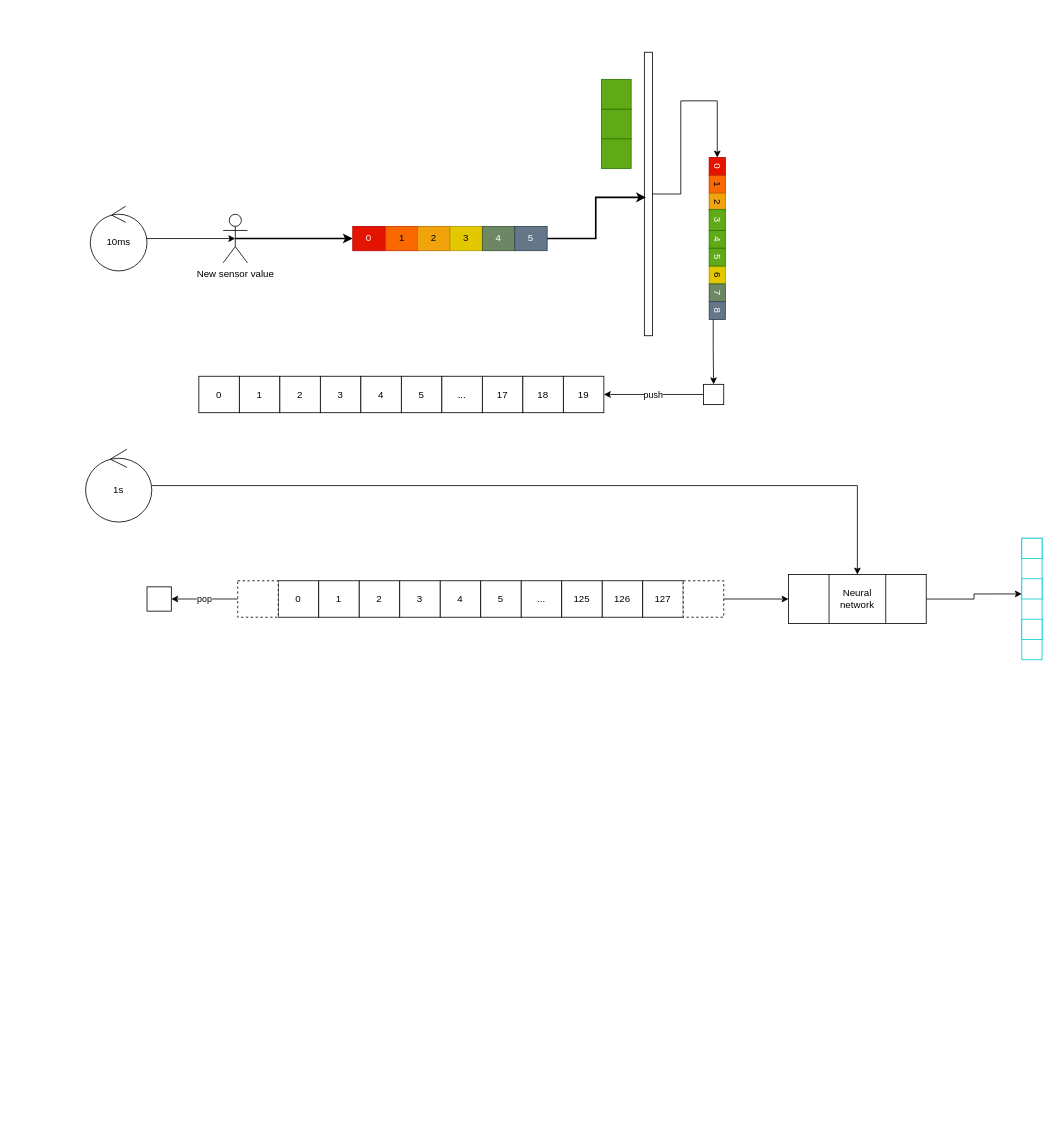
Earlier version of the draw.io diagram page "Page-1" (1 of 4) of hinhanh/week6.drawio (me912/Human-activity-recognize). Source tidied: cells renumbered, new cells numbered last; positions are measured from the earlier drawing's top-left corner, leaving out a move shared by most shapes. Both pictures are drawn from the tidied source at 81%, with x=0, y=0 at pixel (85, 52).
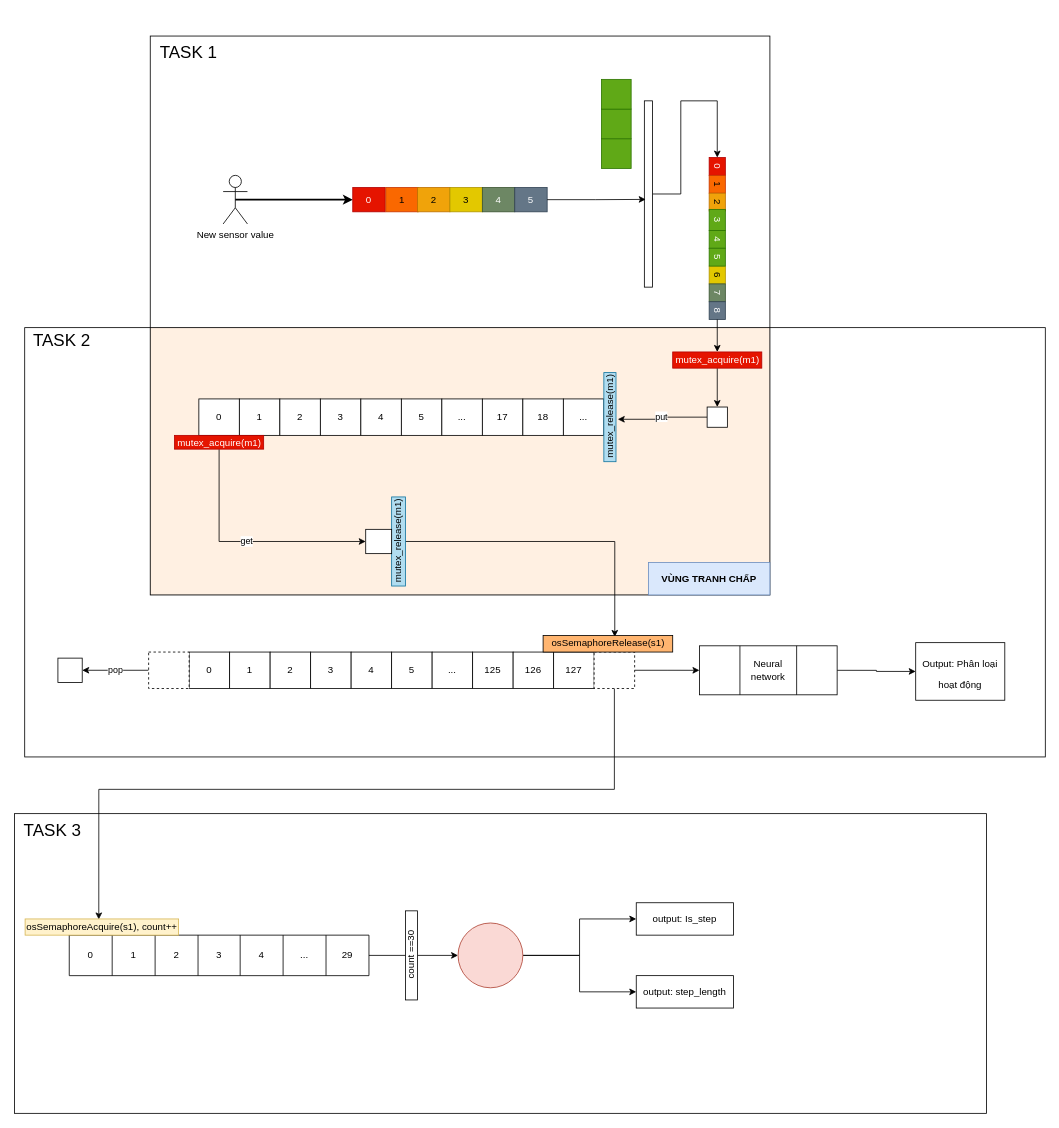
After the change.

Unchanged cells that the change refers to:
```xml
<mxCell id="34" value="5" style="rounded=0;whiteSpace=wrap;html=1;fillColor=#647687;fontColor=#ffffff;strokeColor=#314354;" parent="28" vertex="1">
  <mxGeometry x="200" width="40" height="30" as="geometry" />
</mxCell>
<mxCell id="48" value="8" style="rounded=0;whiteSpace=wrap;html=1;fillColor=#647687;fontColor=#ffffff;strokeColor=#314354;rotation=90;" parent="41" vertex="1">
  <mxGeometry x="89" y="89" width="22" height="20" as="geometry" />
</mxCell>
```

Diff of the diagram source:
```diff
@@
+    <mxCell id="66" style="rounded=0;whiteSpace=wrap;html=1;fillColor=#FFB570;strokeColor=#36393d;opacity=20;" parent="1" vertex="1">
+      <mxGeometry x="80" y="340" width="765" height="330" as="geometry" />
+    </mxCell>
+    <mxCell id="67" style="rounded=0;whiteSpace=wrap;html=1;fillColor=none;" parent="1" vertex="1">
+      <mxGeometry x="-75" y="340" width="1260" height="530" as="geometry" />
+    </mxCell>
+    <mxCell id="68" value="&lt;blockquote style=&quot;margin: 0px 0px 0px 40px ; border: none ; padding: 0px ; font-size: 20px&quot;&gt;&lt;br&gt;&lt;/blockquote&gt;" style="rounded=0;whiteSpace=wrap;html=1;fillColor=none;verticalAlign=bottom;labelPosition=right;verticalLabelPosition=top;align=left;textDirection=ltr;fontSize=20;" parent="1" vertex="1">
+      <mxGeometry x="80" y="-20" width="765" height="690" as="geometry" />
+    </mxCell>
     <mxCell id="2" style="whiteSpace=wrap;html=1;" parent="1" vertex="1">
-      <mxGeometry x="76" y="660" width="30" height="30" as="geometry" />
+      <mxGeometry x="-34" y="748" width="30" height="30" as="geometry" />
     </mxCell>
     <mxCell id="3" value="0" style="rounded=0;whiteSpace=wrap;html=1;" parent="1" vertex="1">
-      <mxGeometry x="238" y="652.5" width="50" height="45" as="geometry" />
+      <mxGeometry x="128" y="740.5" width="50" height="45" as="geometry" />
     </mxCell>
     <mxCell id="4" value="1" style="rounded=0;whiteSpace=wrap;html=1;" parent="1" vertex="1">
-      <mxGeometry x="288" y="652.5" width="50" height="45" as="geometry" />
+      <mxGeometry x="178" y="740.5" width="50" height="45" as="geometry" />
     </mxCell>
     <mxCell id="5" value="2" style="rounded=0;whiteSpace=wrap;html=1;" parent="1" vertex="1">
-      <mxGeometry x="338" y="652.5" width="50" height="45" as="geometry" />
+      <mxGeometry x="228" y="740.5" width="50" height="45" as="geometry" />
     </mxCell>
     <mxCell id="6" value="3" style="rounded=0;whiteSpace=wrap;html=1;" parent="1" vertex="1">
-      <mxGeometry x="388" y="652.5" width="50" height="45" as="geometry" />
+      <mxGeometry x="278" y="740.5" width="50" height="45" as="geometry" />
     </mxCell>
     <mxCell id="7" value="4" style="rounded=0;whiteSpace=wrap;html=1;" parent="1" vertex="1">
-      <mxGeometry x="438" y="652.5" width="50" height="45" as="geometry" />
+      <mxGeometry x="328" y="740.5" width="50" height="45" as="geometry" />
     </mxCell>
     <mxCell id="8" value="5" style="rounded=0;whiteSpace=wrap;html=1;" parent="1" vertex="1">
-      <mxGeometry x="488" y="652.5" width="50" height="45" as="geometry" />
+      <mxGeometry x="378" y="740.5" width="50" height="45" as="geometry" />
     </mxCell>
     <mxCell id="9" value="..." style="rounded=0;whiteSpace=wrap;html=1;" parent="1" vertex="1">
-      <mxGeometry x="538" y="652.5" width="50" height="45" as="geometry" />
+      <mxGeometry x="428" y="740.5" width="50" height="45" as="geometry" />
     </mxCell>
     <mxCell id="10" value="125" style="rounded=0;whiteSpace=wrap;html=1;" parent="1" vertex="1">
-      <mxGeometry x="588" y="652.5" width="50" height="45" as="geometry" />
+      <mxGeometry x="478" y="740.5" width="50" height="45" as="geometry" />
     </mxCell>
     <mxCell id="11" value="126" style="rounded=0;whiteSpace=wrap;html=1;" parent="1" vertex="1">
-      <mxGeometry x="638" y="652.5" width="50" height="45" as="geometry" />
+      <mxGeometry x="528" y="740.5" width="50" height="45" as="geometry" />
     </mxCell>
     <mxCell id="12" value="127" style="rounded=0;whiteSpace=wrap;html=1;" parent="1" vertex="1">
-      <mxGeometry x="688" y="652.5" width="50" height="45" as="geometry" />
+      <mxGeometry x="578" y="740.5" width="50" height="45" as="geometry" />
     </mxCell>
@@
     <mxCell id="14" style="rounded=0;whiteSpace=wrap;html=1;dashed=1;" parent="1" vertex="1">
-      <mxGeometry x="188" y="652.5" width="50" height="45" as="geometry" />
+      <mxGeometry x="78" y="740.5" width="50" height="45" as="geometry" />
     </mxCell>
@@
+    <mxCell id="69" style="edgeStyle=orthogonalEdgeStyle;rounded=0;jettySize=auto;html=1;entryX=0.03;entryY=0.52;entryDx=0;entryDy=0;entryPerimeter=0;strokeColor=#080808;" parent="1" edge="1" source="16" target="97">
+      <mxGeometry relative="1" as="geometry">
+        <Array as="points">
+          <mxPoint x="653" y="910" />
+          <mxPoint x="17" y="910" />
+        </Array>
+      </mxGeometry>
+    </mxCell>
     <mxCell id="16" style="rounded=0;whiteSpace=wrap;html=1;dashed=1;" parent="1" vertex="1">
-      <mxGeometry x="738" y="652.5" width="50" height="45" as="geometry" />
+      <mxGeometry x="628" y="740.5" width="50" height="45" as="geometry" />
     </mxCell>
-    <mxCell id="17" style="edgeStyle=orthogonalEdgeStyle;rounded=0;jettySize=auto;html=1;exitX=1;exitY=0.5;exitDx=0;exitDy=0;entryX=0;entryY=0.75;entryDx=0;entryDy=0;" parent="1" edge="1" source="18" target="21">
-      <mxGeometry relative="1" as="geometry" />
-    </mxCell>
+    <mxCell id="70" style="edgeStyle=orthogonalEdgeStyle;rounded=0;jettySize=auto;html=1;exitX=1;exitY=0.5;exitDx=0;exitDy=0;entryX=0;entryY=0.5;entryDx=0;entryDy=0;fontSize=21;" parent="1" edge="1" source="18" target="103">
+      <mxGeometry relative="1" as="geometry" />
+    </mxCell>
     <mxCell id="18" value="Neural network" style="shape=process;whiteSpace=wrap;html=1;backgroundOutline=1;size=0.29411764705882354;" parent="1" vertex="1">
-      <mxGeometry x="868" y="644.8" width="170" height="60.5" as="geometry" />
+      <mxGeometry x="758" y="732.8" width="170" height="60.5" as="geometry" />
     </mxCell>
-    <mxCell id="19" style="group;strokeColor=#00CCCC;" parent="1" vertex="1">
-      <mxGeometry x="1156" y="600" width="25" height="150" as="geometry" />
-    </mxCell>
-    <mxCell id="20" style="whiteSpace=wrap;html=1;strokeColor=#00CCCC;" parent="19" vertex="1">
-      <mxGeometry width="25" height="25" as="geometry" />
-    </mxCell>
-    <mxCell id="21" style="whiteSpace=wrap;html=1;strokeColor=#00CCCC;" parent="19" vertex="1">
-      <mxGeometry y="50" width="25" height="25" as="geometry" />
-    </mxCell>
-    <mxCell id="22" style="whiteSpace=wrap;html=1;strokeColor=#00CCCC;" parent="19" vertex="1">
-      <mxGeometry y="100" width="25" height="25" as="geometry" />
-    </mxCell>
@@
     <mxCell id="24" value="New sensor value" style="shape=umlActor;verticalLabelPosition=bottom;verticalAlign=top;html=1;outlineConnect=0;" parent="1" vertex="1">
-      <mxGeometry x="170" y="200" width="30" height="60" as="geometry" />
+      <mxGeometry x="170" y="152" width="30" height="60" as="geometry" />
     </mxCell>
@@
     <mxCell id="26" style="html=1;points=[];perimeter=orthogonalPerimeter;" parent="1" vertex="1">
-      <mxGeometry x="690" width="10" height="350" as="geometry" />
+      <mxGeometry x="690" y="60" width="10" height="230" as="geometry" />
     </mxCell>
-    <mxCell id="27" style="edgeStyle=orthogonalEdgeStyle;rounded=0;jettySize=auto;html=1;exitX=1;exitY=0.5;exitDx=0;exitDy=0;entryX=0.206;entryY=0.512;entryDx=0;entryDy=0;entryPerimeter=0;strokeWidth=2;" parent="1" edge="1" source="34" target="26">
-      <mxGeometry relative="1" as="geometry" />
-    </mxCell>
     <mxCell id="28" style="group;" parent="1" vertex="1">
-      <mxGeometry x="330" y="215" width="240" height="30" as="geometry" />
+      <mxGeometry x="330" y="167" width="240" height="30" as="geometry" />
     </mxCell>
@@
-    <mxCell id="39" value="push" style="edgeStyle=orthogonalEdgeStyle;rounded=0;jettySize=auto;html=1;exitX=0;exitY=0.5;exitDx=0;exitDy=0;entryX=1;entryY=0.5;entryDx=0;entryDy=0;" parent="1" edge="1" source="40" target="61">
+    <mxCell id="39" value="put" style="edgeStyle=orthogonalEdgeStyle;rounded=0;jettySize=auto;html=1;exitX=0;exitY=0.5;exitDx=0;exitDy=0;entryX=-0.146;entryY=0.476;entryDx=0;entryDy=0;entryPerimeter=0;" parent="1" edge="1" source="40" target="74">
       <mxGeometry relative="1" as="geometry" />
     </mxCell>
     <mxCell id="40" style="whiteSpace=wrap;html=1;" parent="1" vertex="1">
-      <mxGeometry x="763" y="410" width="25" height="25" as="geometry" />
+      <mxGeometry x="767.5" y="438" width="25" height="25" as="geometry" />
     </mxCell>
@@
-    <mxCell id="51" style="edgeStyle=orthogonalEdgeStyle;rounded=0;jettySize=auto;html=1;exitX=1;exitY=0.75;exitDx=0;exitDy=0;" parent="1" edge="1" source="48" target="40">
-      <mxGeometry relative="1" as="geometry" />
-    </mxCell>
     <mxCell id="52" value="0" style="rounded=0;whiteSpace=wrap;html=1;" parent="1" vertex="1">
-      <mxGeometry x="140" y="400" width="50" height="45" as="geometry" />
+      <mxGeometry x="140" y="428" width="50" height="45" as="geometry" />
     </mxCell>
     <mxCell id="53" value="1" style="rounded=0;whiteSpace=wrap;html=1;" parent="1" vertex="1">
-      <mxGeometry x="190" y="400" width="50" height="45" as="geometry" />
+      <mxGeometry x="190" y="428" width="50" height="45" as="geometry" />
     </mxCell>
     <mxCell id="54" value="2" style="rounded=0;whiteSpace=wrap;html=1;" parent="1" vertex="1">
-      <mxGeometry x="240" y="400" width="50" height="45" as="geometry" />
+      <mxGeometry x="240" y="428" width="50" height="45" as="geometry" />
     </mxCell>
     <mxCell id="55" value="3" style="rounded=0;whiteSpace=wrap;html=1;" parent="1" vertex="1">
-      <mxGeometry x="290" y="400" width="50" height="45" as="geometry" />
+      <mxGeometry x="290" y="428" width="50" height="45" as="geometry" />
     </mxCell>
     <mxCell id="56" value="4" style="rounded=0;whiteSpace=wrap;html=1;" parent="1" vertex="1">
-      <mxGeometry x="340" y="400" width="50" height="45" as="geometry" />
+      <mxGeometry x="340" y="428" width="50" height="45" as="geometry" />
     </mxCell>
     <mxCell id="57" value="5" style="rounded=0;whiteSpace=wrap;html=1;" parent="1" vertex="1">
-      <mxGeometry x="390" y="400" width="50" height="45" as="geometry" />
+      <mxGeometry x="390" y="428" width="50" height="45" as="geometry" />
     </mxCell>
     <mxCell id="58" value="..." style="rounded=0;whiteSpace=wrap;html=1;" parent="1" vertex="1">
-      <mxGeometry x="440" y="400" width="50" height="45" as="geometry" />
+      <mxGeometry x="440" y="428" width="50" height="45" as="geometry" />
     </mxCell>
     <mxCell id="59" value="17" style="rounded=0;whiteSpace=wrap;html=1;" parent="1" vertex="1">
-      <mxGeometry x="490" y="400" width="50" height="45" as="geometry" />
+      <mxGeometry x="490" y="428" width="50" height="45" as="geometry" />
     </mxCell>
     <mxCell id="60" value="18" style="rounded=0;whiteSpace=wrap;html=1;" parent="1" vertex="1">
-      <mxGeometry x="540" y="400" width="50" height="45" as="geometry" />
+      <mxGeometry x="540" y="428" width="50" height="45" as="geometry" />
     </mxCell>
-    <mxCell id="61" value="19" style="rounded=0;whiteSpace=wrap;html=1;" parent="1" vertex="1">
-      <mxGeometry x="590" y="400" width="50" height="45" as="geometry" />
+    <mxCell id="61" value="..." style="rounded=0;whiteSpace=wrap;html=1;" parent="1" vertex="1">
+      <mxGeometry x="590" y="428" width="50" height="45" as="geometry" />
     </mxCell>
-    <mxCell id="62" style="edgeStyle=orthogonalEdgeStyle;rounded=0;jettySize=auto;html=1;entryX=0.5;entryY=0.5;entryDx=0;entryDy=0;entryPerimeter=0;" parent="1" edge="1" source="63" target="24">
-      <mxGeometry relative="1" as="geometry" />
-    </mxCell>
-    <mxCell id="63" value="10ms" style="ellipse;shape=umlControl;whiteSpace=wrap;html=1;" parent="1" vertex="1">
-      <mxGeometry x="6" y="190" width="70" height="80" as="geometry" />
-    </mxCell>
-    <mxCell id="64" style="edgeStyle=orthogonalEdgeStyle;rounded=0;jettySize=auto;html=1;" parent="1" edge="1" source="65" target="18">
-      <mxGeometry relative="1" as="geometry" />
-    </mxCell>
-    <mxCell id="65" value="1s" style="ellipse;shape=umlControl;whiteSpace=wrap;html=1;" parent="1" vertex="1">
-      <mxGeometry x="0.2" y="490" width="81.7" height="90" as="geometry" />
-    </mxCell>
+    <mxCell id="27" style="edgeStyle=orthogonalEdgeStyle;rounded=0;jettySize=auto;html=1;entryX=0.167;entryY=0.529;entryDx=0;entryDy=0;entryPerimeter=0;" parent="1" edge="1" source="34" target="26">
+      <mxGeometry relative="1" as="geometry" />
+    </mxCell>
+    <mxCell id="71" style="edgeStyle=orthogonalEdgeStyle;rounded=0;jettySize=auto;html=1;entryX=0.5;entryY=0;entryDx=0;entryDy=0;" parent="1" edge="1" source="72" target="40">
+      <mxGeometry relative="1" as="geometry" />
+    </mxCell>
+    <mxCell id="72" value="mutex_acquire(m1)" style="html=1;points=[];perimeter=orthogonalPerimeter;direction=south;fillColor=#e51400;strokeColor=#B20000;fontColor=#ffffff;" parent="1" vertex="1">
+      <mxGeometry x="725" y="370" width="110" height="20" as="geometry" />
+    </mxCell>
+    <mxCell id="73" style="edgeStyle=orthogonalEdgeStyle;rounded=0;jettySize=auto;html=1;exitX=1;exitY=0.5;exitDx=0;exitDy=0;" parent="1" edge="1" source="48" target="72">
+      <mxGeometry relative="1" as="geometry" />
+    </mxCell>
+    <mxCell id="74" value="mutex_release(m1)" style="html=1;points=[];perimeter=orthogonalPerimeter;direction=west;fillColor=#b1ddf0;strokeColor=#10739e;horizontal=0;" parent="1" vertex="1">
+      <mxGeometry x="640" y="395.5" width="15" height="110" as="geometry" />
+    </mxCell>
+    <mxCell id="75" value="get" style="edgeStyle=orthogonalEdgeStyle;rounded=0;jettySize=auto;html=1;entryX=0;entryY=0.5;entryDx=0;entryDy=0;" parent="1" edge="1" source="76" target="79">
+      <mxGeometry relative="1" as="geometry">
+        <Array as="points">
+          <mxPoint x="165" y="604" />
+        </Array>
+      </mxGeometry>
+    </mxCell>
+    <mxCell id="76" value="mutex_acquire(m1)" style="html=1;points=[];perimeter=orthogonalPerimeter;direction=south;fillColor=#e51400;strokeColor=#B20000;fontColor=#ffffff;" parent="1" vertex="1">
+      <mxGeometry x="110" y="473" width="110" height="17" as="geometry" />
+    </mxCell>
+    <mxCell id="77" style="edgeStyle=orthogonalEdgeStyle;rounded=0;jettySize=auto;html=1;entryX=0.09;entryY=0.447;entryDx=0;entryDy=0;entryPerimeter=0;" parent="1" edge="1" source="78" target="96">
+      <mxGeometry relative="1" as="geometry" />
+    </mxCell>
+    <mxCell id="78" value="mutex_release(m1)" style="html=1;points=[];perimeter=orthogonalPerimeter;direction=east;fillColor=#b1ddf0;strokeColor=#10739e;horizontal=0;" parent="1" vertex="1">
+      <mxGeometry x="378" y="549" width="17" height="110" as="geometry" />
+    </mxCell>
+    <mxCell id="79" style="rounded=0;whiteSpace=wrap;html=1;" parent="1" vertex="1">
+      <mxGeometry x="346" y="589" width="32" height="30" as="geometry" />
+    </mxCell>
+    <mxCell id="80" style="rounded=0;whiteSpace=wrap;html=1;fillColor=none;" parent="1" vertex="1">
+      <mxGeometry x="-87.5" y="940" width="1200" height="370" as="geometry" />
+    </mxCell>
+    <mxCell id="81" style="shape=table;startSize=0;childLayout=tableLayout;" parent="1" vertex="1">
+      <mxGeometry x="-20" y="1090" width="370" height="50" as="geometry" />
+    </mxCell>
+    <mxCell id="82" style="shape=partialRectangle;fillColor=none;top=0;left=0;bottom=0;right=0;points=[[0,0.5],[1,0.5]];portConstraint=eastwest;" parent="81" vertex="1">
+      <mxGeometry width="370" height="50" as="geometry" />
+    </mxCell>
+    <mxCell id="83" value="0" style="shape=partialRectangle;html=1;whiteSpace=wrap;overflow=hidden;fillColor=none;top=0;left=0;bottom=0;right=0;" parent="82" vertex="1">
+      <mxGeometry width="53" height="50" as="geometry" />
+    </mxCell>
+    <mxCell id="84" value="1" style="shape=partialRectangle;html=1;whiteSpace=wrap;overflow=hidden;fillColor=none;top=0;left=0;bottom=0;right=0;" parent="82" vertex="1">
+      <mxGeometry x="53" width="53" height="50" as="geometry" />
+    </mxCell>
+    <mxCell id="85" value="2" style="shape=partialRectangle;html=1;whiteSpace=wrap;overflow=hidden;fillColor=none;top=0;left=0;bottom=0;right=0;" parent="82" vertex="1">
+      <mxGeometry x="106" width="53" height="50" as="geometry" />
+    </mxCell>
+    <mxCell id="86" value="3" style="shape=partialRectangle;html=1;whiteSpace=wrap;overflow=hidden;fillColor=none;top=0;left=0;bottom=0;right=0;" parent="82" vertex="1">
+      <mxGeometry x="159" width="52" height="50" as="geometry" />
+    </mxCell>
+    <mxCell id="87" value="4" style="shape=partialRectangle;html=1;whiteSpace=wrap;overflow=hidden;fillColor=none;top=0;left=0;bottom=0;right=0;" parent="82" vertex="1">
+      <mxGeometry x="211" width="53" height="50" as="geometry" />
+    </mxCell>
+    <mxCell id="88" value="..." style="shape=partialRectangle;html=1;whiteSpace=wrap;overflow=hidden;fillColor=none;top=0;left=0;bottom=0;right=0;" parent="82" vertex="1">
+      <mxGeometry x="264" width="53" height="50" as="geometry" />
+    </mxCell>
+    <mxCell id="89" value="29" style="shape=partialRectangle;html=1;whiteSpace=wrap;overflow=hidden;fillColor=none;top=0;left=0;bottom=0;right=0;" parent="82" vertex="1">
+      <mxGeometry x="317" width="53" height="50" as="geometry" />
+    </mxCell>
+    <mxCell id="90" style="edgeStyle=orthogonalEdgeStyle;rounded=0;jettySize=auto;html=1;exitX=1;exitY=0.5;exitDx=0;exitDy=0;entryX=0;entryY=0.5;entryDx=0;entryDy=0;" parent="1" edge="1" source="92" target="94">
+      <mxGeometry relative="1" as="geometry" />
+    </mxCell>
+    <mxCell id="91" style="edgeStyle=orthogonalEdgeStyle;rounded=0;jettySize=auto;html=1;exitX=1;exitY=0.5;exitDx=0;exitDy=0;entryX=0;entryY=0.5;entryDx=0;entryDy=0;" parent="1" edge="1" source="92" target="95">
+      <mxGeometry relative="1" as="geometry" />
+    </mxCell>
+    <mxCell id="92" style="ellipse;whiteSpace=wrap;html=1;fillColor=#fad9d5;strokeColor=#ae4132;" parent="1" vertex="1">
+      <mxGeometry x="460" y="1075" width="80" height="80" as="geometry" />
+    </mxCell>
+    <mxCell id="93" style="edgeStyle=orthogonalEdgeStyle;rounded=0;jettySize=auto;html=1;exitX=1;exitY=0.5;exitDx=0;exitDy=0;entryX=0;entryY=0.5;entryDx=0;entryDy=0;startArrow=none;" parent="1" edge="1" source="98" target="92">
+      <mxGeometry relative="1" as="geometry" />
+    </mxCell>
+    <mxCell id="94" value="output: Is_step" style="rounded=0;whiteSpace=wrap;html=1;" parent="1" vertex="1">
+      <mxGeometry x="680" y="1050" width="120" height="40" as="geometry" />
+    </mxCell>
+    <mxCell id="95" value="output: step_length" style="rounded=0;whiteSpace=wrap;html=1;" parent="1" vertex="1">
+      <mxGeometry x="680" y="1140" width="120" height="40" as="geometry" />
+    </mxCell>
+    <mxCell id="96" value="osSemaphoreRelease(s1)" style="html=1;points=[];perimeter=orthogonalPerimeter;fillColor=#FFB570;gradientColor=none;direction=south;" parent="1" vertex="1">
+      <mxGeometry x="565" y="720" width="160" height="20.5" as="geometry" />
+    </mxCell>
+    <mxCell id="97" value="osSemaphoreAcquire(s1), count++" style="html=1;points=[];perimeter=orthogonalPerimeter;direction=south;fillColor=#fff2cc;strokeColor=#d6b656;" parent="1" vertex="1">
+      <mxGeometry x="-74.5" y="1070" width="189.5" height="20" as="geometry" />
+    </mxCell>
+    <mxCell id="98" value="count ==30" style="html=1;points=[];perimeter=orthogonalPerimeter;horizontal=0;" parent="1" vertex="1">
+      <mxGeometry x="395" y="1060" width="15" height="110" as="geometry" />
+    </mxCell>
+    <mxCell id="99" style="edgeStyle=orthogonalEdgeStyle;rounded=0;jettySize=auto;html=1;exitX=1;exitY=0.5;exitDx=0;exitDy=0;entryX=0;entryY=0.5;entryDx=0;entryDy=0;endArrow=none;" parent="1" edge="1" source="82" target="98">
+      <mxGeometry relative="1" as="geometry" />
+    </mxCell>
+    <mxCell id="100" value="TASK 1" style="text;html=1;strokeColor=none;fillColor=none;align=center;verticalAlign=middle;whiteSpace=wrap;rounded=0;fontSize=21;" parent="1" vertex="1">
+      <mxGeometry x="80" y="-20" width="95" height="40" as="geometry" />
+    </mxCell>
+    <mxCell id="101" value="TASK 2" style="text;html=1;strokeColor=none;fillColor=none;align=center;verticalAlign=middle;whiteSpace=wrap;rounded=0;fontSize=21;" parent="1" vertex="1">
+      <mxGeometry x="-74.5" y="340" width="89.5" height="30" as="geometry" />
+    </mxCell>
+    <mxCell id="102" value="TASK 3" style="text;html=1;strokeColor=none;fillColor=none;align=center;verticalAlign=middle;whiteSpace=wrap;rounded=0;fontSize=21;" parent="1" vertex="1">
+      <mxGeometry x="-87.5" y="940" width="92.5" height="40" as="geometry" />
+    </mxCell>
+    <mxCell id="103" value="&lt;font style=&quot;font-size: 12px&quot;&gt;Output: Phân loại hoạt động&lt;/font&gt;" style="rounded=0;whiteSpace=wrap;html=1;fontSize=21;" parent="1" vertex="1">
+      <mxGeometry x="1025" y="728.9" width="110" height="71.1" as="geometry" />
+    </mxCell>
+    <mxCell id="104" value="VÙNG TRANH CHẤP" style="text;html=1;strokeColor=#6c8ebf;fillColor=#dae8fc;align=center;verticalAlign=middle;whiteSpace=wrap;rounded=0;fontSize=12;fontStyle=1;" parent="1" vertex="1">
+      <mxGeometry x="695" y="630" width="150" height="40" as="geometry" />
+    </mxCell>
```
